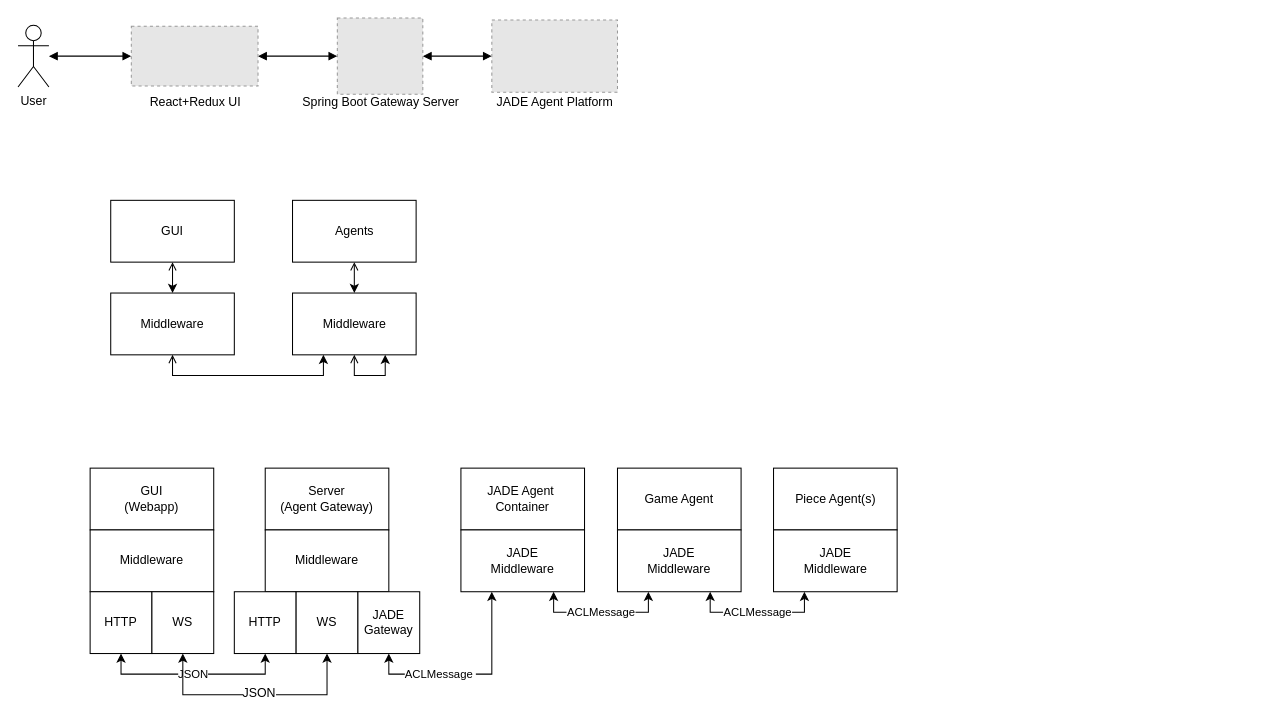
The draw.io diagram page "Architecture" (3 of 4) of Docs/design/moveprotocol.drawio in TheDuckGoesQuark/UnconventionalChess, before the edit. Source tidied: cells renumbered, new cells numbered last; positions are measured from the earlier drawing's top-left corner, leaving out a move shared by most shapes. Both pictures are drawn from the tidied source at 103%, with x=0, y=0 at pixel (18, 18). Pictures stored in the file or linked from it are replaced by grey dashed boxes.
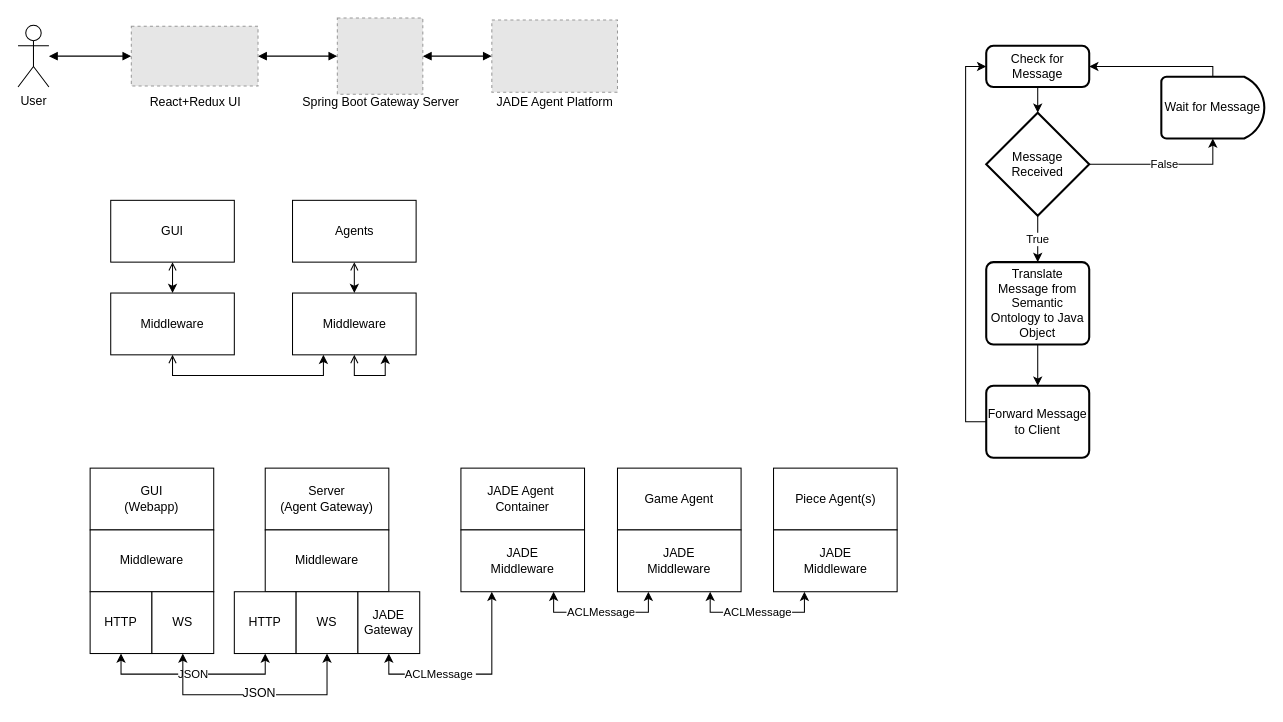
Above is the later version.

Commit message (it also covers changes not shown here):
another diagram woah

Change to the diagram source:
```diff
@@
+    <mxCell id="41" style="edgeStyle=orthogonalEdgeStyle;rounded=0;jettySize=auto;html=1;" parent="1" edge="1" source="42" target="45">
+      <mxGeometry relative="1" as="geometry" />
+    </mxCell>
+    <mxCell id="42" value="Check for Message" style="rounded=1;whiteSpace=wrap;html=1;absoluteArcSize=1;arcSize=14;strokeWidth=2;" parent="1" vertex="1">
+      <mxGeometry x="940" y="27" width="100" height="40" as="geometry" />
+    </mxCell>
+    <mxCell id="43" value="True" style="edgeStyle=orthogonalEdgeStyle;rounded=0;jettySize=auto;html=1;" parent="1" edge="1" source="45" target="47">
+      <mxGeometry relative="1" as="geometry" />
+    </mxCell>
+    <mxCell id="44" value="False" style="edgeStyle=orthogonalEdgeStyle;rounded=0;jettySize=auto;html=1;exitX=1;exitY=0.5;exitDx=0;exitDy=0;exitPerimeter=0;entryX=0.5;entryY=1;entryDx=0;entryDy=0;entryPerimeter=0;" parent="1" edge="1" source="45" target="51">
+      <mxGeometry relative="1" as="geometry" />
+    </mxCell>
+    <mxCell id="45" value="Message&lt;br&gt;Received" style="strokeWidth=2;html=1;shape=mxgraph.flowchart.decision;whiteSpace=wrap;" parent="1" vertex="1">
+      <mxGeometry x="940" y="92" width="100" height="100" as="geometry" />
+    </mxCell>
+    <mxCell id="46" style="edgeStyle=orthogonalEdgeStyle;rounded=0;jettySize=auto;html=1;" parent="1" edge="1" source="47" target="49">
+      <mxGeometry relative="1" as="geometry" />
+    </mxCell>
+    <mxCell id="47" value="Translate Message from Semantic Ontology to Java Object" style="rounded=1;whiteSpace=wrap;html=1;absoluteArcSize=1;arcSize=14;strokeWidth=2;fontFamily=Helvetica;fontSize=12;fontColor=#000000;align=center;strokeColor=#000000;fillColor=#ffffff;" parent="1" vertex="1">
+      <mxGeometry x="940" y="237" width="100" height="80" as="geometry" />
+    </mxCell>
+    <mxCell id="48" style="edgeStyle=orthogonalEdgeStyle;rounded=0;jettySize=auto;html=1;exitX=0;exitY=0.5;exitDx=0;exitDy=0;entryX=0;entryY=0.5;entryDx=0;entryDy=0;" parent="1" edge="1" source="49" target="42">
+      <mxGeometry relative="1" as="geometry" />
+    </mxCell>
+    <mxCell id="49" value="Forward Message to Client" style="rounded=1;whiteSpace=wrap;html=1;absoluteArcSize=1;arcSize=14;strokeWidth=2;fontFamily=Helvetica;fontSize=12;fontColor=#000000;align=center;strokeColor=#000000;fillColor=#ffffff;" parent="1" vertex="1">
+      <mxGeometry x="940" y="357" width="100" height="70" as="geometry" />
+    </mxCell>
+    <mxCell id="50" style="edgeStyle=orthogonalEdgeStyle;rounded=0;jettySize=auto;html=1;exitX=0.5;exitY=0;exitDx=0;exitDy=0;exitPerimeter=0;entryX=1;entryY=0.5;entryDx=0;entryDy=0;" parent="1" edge="1" source="51" target="42">
+      <mxGeometry relative="1" as="geometry">
+        <Array as="points">
+          <mxPoint x="1160" y="47" />
+        </Array>
+      </mxGeometry>
+    </mxCell>
+    <mxCell id="51" value="Wait for Message" style="strokeWidth=2;html=1;shape=mxgraph.flowchart.delay;whiteSpace=wrap;" parent="1" vertex="1">
+      <mxGeometry x="1110" y="57" width="100" height="60" as="geometry" />
+    </mxCell>
```
